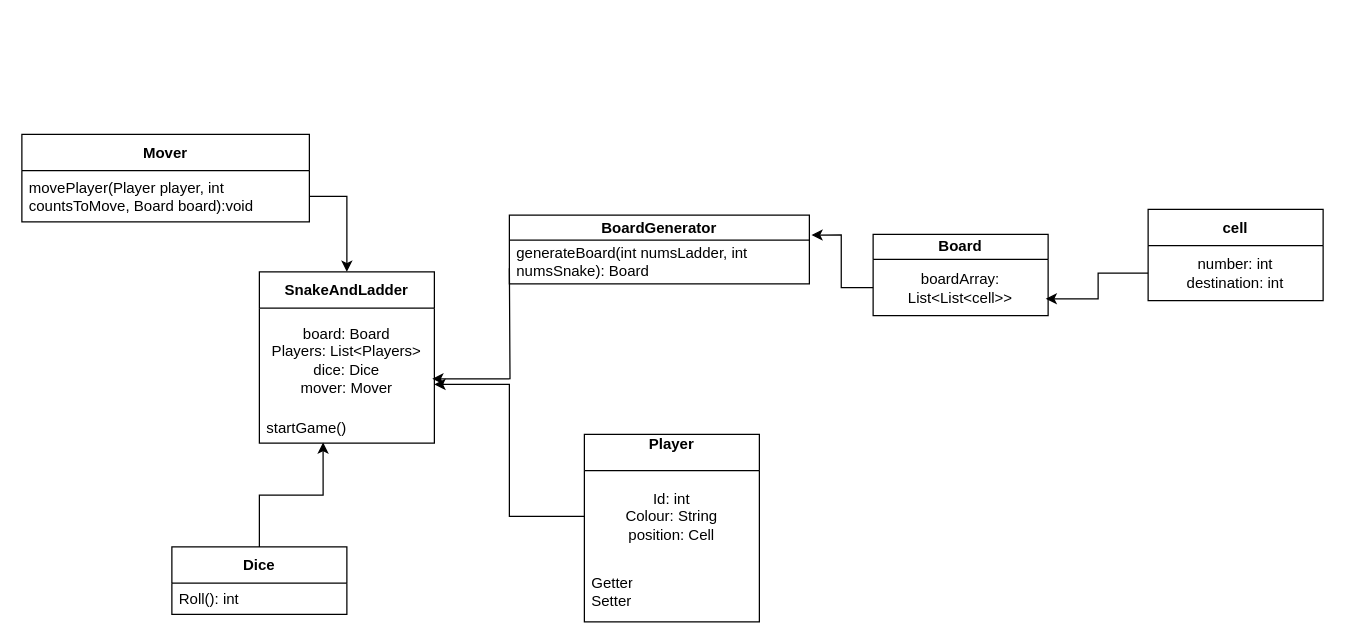
sansagr/Practise keeps this draw.io diagram as src/main/java/org/example/snakeandladder/snakeandladder.drawio. Above is the earlier version. Source tidied: cells renumbered, new cells numbered last; positions are measured from the earlier drawing's top-left corner, leaving out a move shared by most shapes. Both pictures are drawn from the tidied source at 125%, with x=0, y=0 at pixel (21, 134).
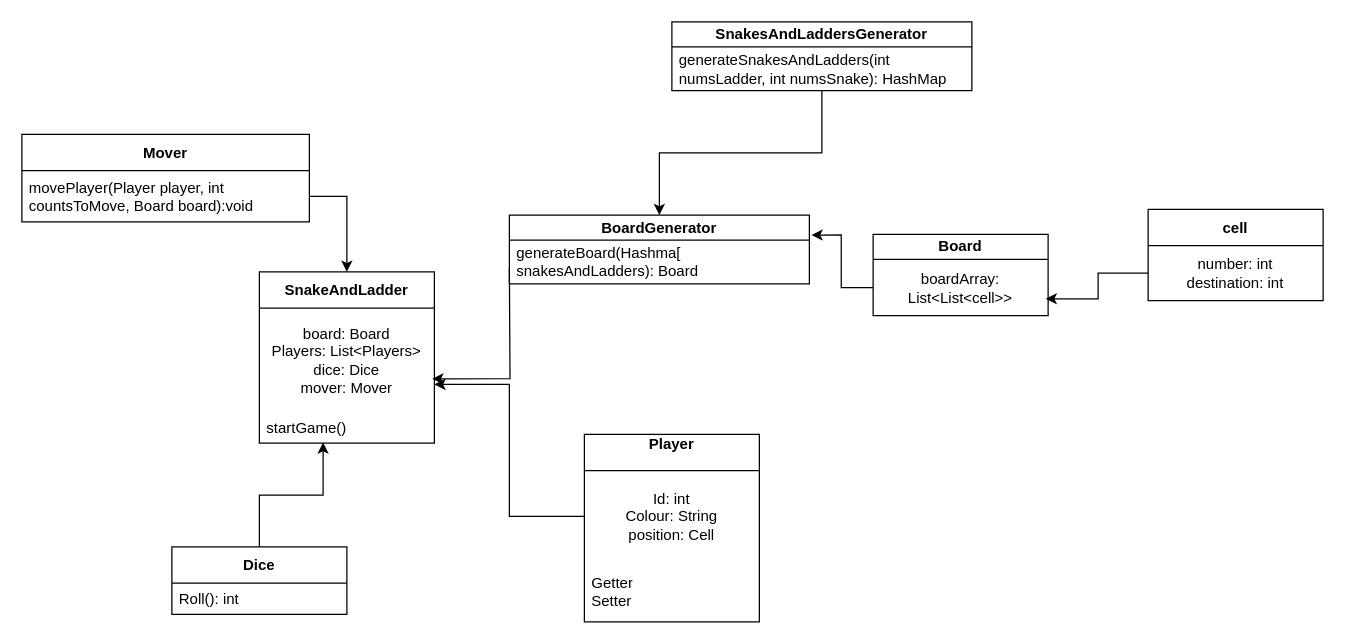
After the change.

The change refers to these unchanged cells:
```xml
<mxCell id="19" value="BoardGenerator" style="swimlane;fontStyle=1;align=center;verticalAlign=middle;horizontal=1;startSize=20;html=1;whiteSpace=wrap;" parent="1" vertex="1">
  <mxGeometry x="390" y="64.5" width="240" height="55" as="geometry" />
</mxCell>
```

The edit, as a diff of the source:
```diff
@@
-    <mxCell id="20" value="generateBoard(int numsLadder, int numsSnake): Board" style="text;html=1;strokeColor=none;fillColor=none;align=left;verticalAlign=middle;spacingLeft=4;spacingRight=4;overflow=hidden;points=[[0,0.5],[1,0.5]];portConstraint=eastwest;whiteSpace=wrap;" parent="19" vertex="1">
+    <mxCell id="20" value="generateBoard(Hashma[ snakesAndLadders): Board" style="text;html=1;strokeColor=none;fillColor=none;align=left;verticalAlign=middle;spacingLeft=4;spacingRight=4;overflow=hidden;points=[[0,0.5],[1,0.5]];portConstraint=eastwest;whiteSpace=wrap;" parent="19" vertex="1">
       <mxGeometry y="20" width="240" height="35" as="geometry" />
     </mxCell>
@@
+    <mxCell id="24" style="edgeStyle=orthogonalEdgeStyle;rounded=0;jettySize=auto;html=1;" parent="1" edge="1" source="25" target="19">
+      <mxGeometry relative="1" as="geometry" />
+    </mxCell>
+    <mxCell id="25" value="SnakesAndLaddersGenerator" style="swimlane;fontStyle=1;align=center;verticalAlign=middle;horizontal=1;startSize=20;html=1;whiteSpace=wrap;" parent="1" vertex="1">
+      <mxGeometry x="520" y="-90" width="240" height="55" as="geometry" />
+    </mxCell>
+    <mxCell id="26" value="generateSnakesAndLadders(int numsLadder, int numsSnake): HashMap" style="text;html=1;strokeColor=none;fillColor=none;align=left;verticalAlign=middle;spacingLeft=4;spacingRight=4;overflow=hidden;whiteSpace=wrap;" parent="25" vertex="1">
+      <mxGeometry y="20" width="240" height="35" as="geometry" />
+    </mxCell>
```
